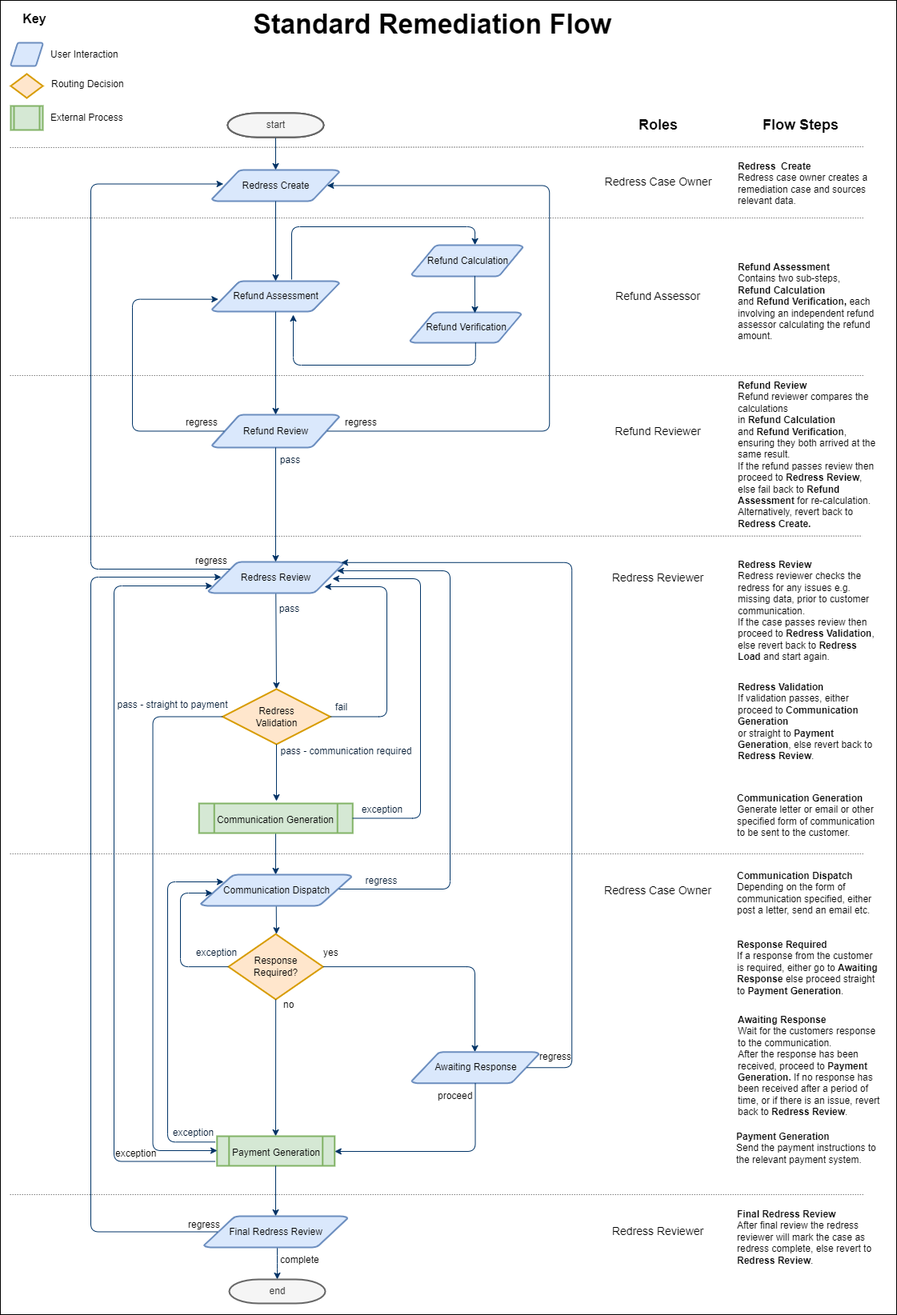
Earlier version of the draw.io export readme-images/StandardRemediationFlow.png (grantcolley/headway). Source tidied: cells renumbered, new cells last; positions are measured from the earlier drawing's top-left corner, leaving out a move shared by most shapes.
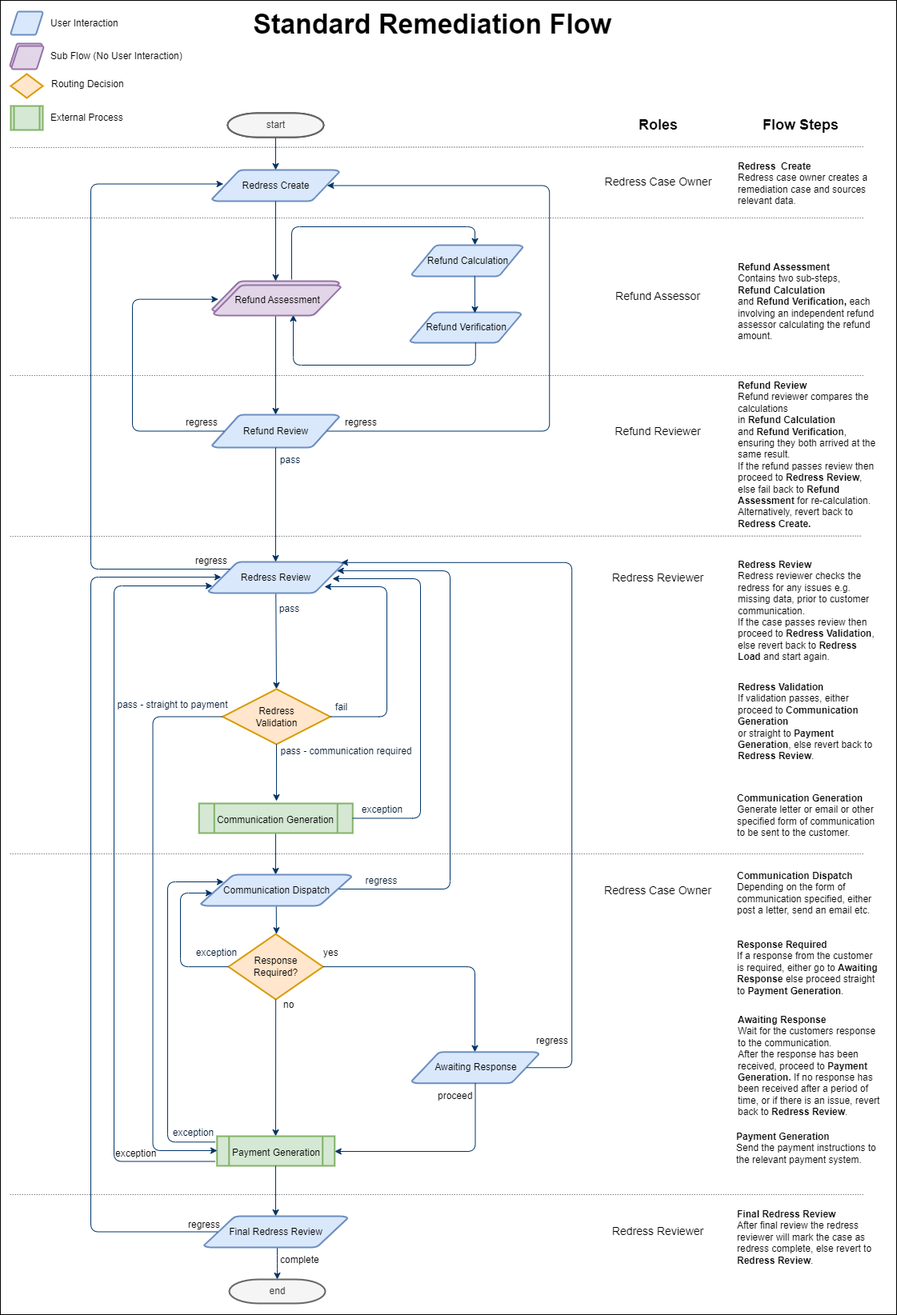
Later version of the same file.

The edit, as a diff of the source:
```diff
@@ -11,7 +11,7 @@
     <mxCell id="4" value="Redress Create" style="shape=mxgraph.flowchart.data;strokeWidth=2;gradientDirection=north;fontStyle=0;html=1;fillColor=#dae8fc;strokeColor=#6c8ebf;" parent="1" vertex="1">
       <mxGeometry x="264.5" y="212" width="159" height="39" as="geometry" />
     </mxCell>
-    <mxCell id="5" value="Refund Assessment" style="shape=mxgraph.flowchart.data;strokeWidth=2;gradientDirection=north;fontStyle=0;html=1;fillColor=#dae8fc;strokeColor=#6c8ebf;" parent="1" vertex="1">
+    <mxCell id="5" style="shape=mxgraph.flowchart.data;strokeWidth=2;gradientDirection=north;fontStyle=0;html=1;fillColor=#e1d5e7;strokeColor=#9673a6;fillStyle=auto;" parent="1" vertex="1">
       <mxGeometry x="264.5" y="351" width="159" height="38" as="geometry" />
     </mxCell>
     <mxCell id="6" style="fontStyle=1;strokeColor=#003366;strokeWidth=1;html=1;" parent="1" edge="1" source="3" target="4">
@@ -216,7 +216,7 @@
       <mxGeometry x="545" y="1356" width="40" height="26" as="geometry" />
     </mxCell>
     <mxCell id="44" value="regress" style="text;fontStyle=0;html=1;strokeColor=none;gradientColor=none;fillColor=none;strokeWidth=2;" parent="1" vertex="1">
-      <mxGeometry x="672" y="1307.2" width="40" height="26" as="geometry" />
+      <mxGeometry x="668" y="1287.2" width="40" height="26" as="geometry" />
     </mxCell>
     <mxCell id="45" style="endArrow=none;dashed=1;html=1;rounded=1;fontSize=18;strokeWidth=0.5;" parent="1" edge="1">
       <mxGeometry relative="1" as="geometry">
@@ -328,7 +328,7 @@
       <mxGeometry x="286" y="1599" width="120" height="30" as="geometry" />
     </mxCell>
     <mxCell id="73" style="shape=mxgraph.flowchart.data;strokeWidth=2;gradientDirection=north;fontStyle=0;html=1;fillColor=#dae8fc;strokeColor=#6c8ebf;" parent="1" vertex="1">
-      <mxGeometry x="13" y="53" width="40" height="29" as="geometry" />
+      <mxGeometry x="13" y="14" width="40" height="29" as="geometry" />
     </mxCell>
     <mxCell id="74" style="shape=mxgraph.flowchart.decision;strokeWidth=2;gradientDirection=north;fontStyle=0;html=1;fillColor=#ffe6cc;strokeColor=#d79b00;" parent="1" vertex="1">
       <mxGeometry x="13" y="92" width="40" height="30" as="geometry" />
@@ -337,7 +337,7 @@
       <mxGeometry x="13" y="132" width="40" height="30" as="geometry" />
     </mxCell>
     <mxCell id="76" value="User Interaction" style="text;html=1;strokeColor=none;fillColor=none;align=left;verticalAlign=middle;whiteSpace=wrap;rounded=0;" parent="1" vertex="1">
-      <mxGeometry x="61" y="58" width="100" height="19" as="geometry" />
+      <mxGeometry x="61" y="19" width="100" height="19" as="geometry" />
     </mxCell>
     <mxCell id="77" value="External Process" style="text;html=1;strokeColor=none;fillColor=none;align=left;verticalAlign=middle;whiteSpace=wrap;rounded=0;" parent="1" vertex="1">
       <mxGeometry x="61" y="137.2" width="100" height="19.5" as="geometry" />
@@ -345,9 +345,6 @@
     <mxCell id="78" value="Routing Decision" style="text;html=1;strokeColor=none;fillColor=none;align=left;verticalAlign=middle;whiteSpace=wrap;rounded=0;" parent="1" vertex="1">
       <mxGeometry x="62" y="93.5" width="100" height="23.5" as="geometry" />
     </mxCell>
-    <mxCell id="79" value="&lt;b&gt;&lt;font style=&quot;font-size: 16px;&quot;&gt;Key&lt;/font&gt;&lt;/b&gt;" style="text;html=1;strokeColor=none;fillColor=none;align=center;verticalAlign=middle;whiteSpace=wrap;rounded=0;" parent="1" vertex="1">
-      <mxGeometry x="13" y="8" width="60" height="30" as="geometry" />
-    </mxCell>
     <mxCell id="80" value="&lt;b&gt;Communication Generation&lt;br&gt;&lt;/b&gt;Generate letter or email or other specified form of communication to be sent to the customer." style="text;html=1;strokeColor=none;fillColor=none;align=left;verticalAlign=top;whiteSpace=wrap;rounded=0;" parent="1" vertex="1">
       <mxGeometry x="919" y="984" width="180" height="77" as="geometry" />
     </mxCell>
@@ -461,5 +458,17 @@
     <mxCell id="99" value="exception" style="text;fontStyle=0;html=1;strokeColor=none;gradientColor=none;fillColor=none;strokeWidth=2;" parent="1" vertex="1">
       <mxGeometry x="142" y="1428" width="40" height="26" as="geometry" />
     </mxCell>
+    <mxCell id="100" style="shape=mxgraph.flowchart.data;strokeWidth=2;gradientDirection=north;fontStyle=0;html=1;fillColor=#e1d5e7;strokeColor=#9673a6;" parent="1" vertex="1">
+      <mxGeometry x="12" y="54" width="40" height="29" as="geometry" />
+    </mxCell>
+    <mxCell id="101" value="Sub Flow (No User Interaction)" style="text;html=1;strokeColor=none;fillColor=none;align=left;verticalAlign=middle;whiteSpace=wrap;rounded=0;" parent="1" vertex="1">
+      <mxGeometry x="61" y="60" width="174" height="19" as="geometry" />
+    </mxCell>
+    <mxCell id="102" value="Refund Assessment" style="shape=mxgraph.flowchart.data;strokeWidth=2;gradientDirection=north;fontStyle=0;html=1;fillColor=#e1d5e7;strokeColor=#9673a6;fillStyle=auto;" parent="1" vertex="1">
+      <mxGeometry x="266.5" y="356" width="159" height="38" as="geometry" />
+    </mxCell>
+    <mxCell id="103" style="shape=mxgraph.flowchart.data;strokeWidth=2;gradientDirection=north;fontStyle=0;html=1;fillColor=#e1d5e7;strokeColor=#9673a6;" parent="1" vertex="1">
+      <mxGeometry x="14" y="57" width="40" height="29" as="geometry" />
+    </mxCell>
   </root>
 </mxGraphModel>
```
